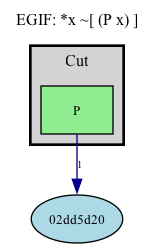
The Graphviz diagram visual_output/roberts_cut.png in mijahauan/Arisbe, before a commit. Its source is kept beside it as visual_output/roberts_cut.dot.
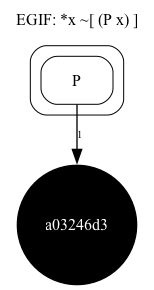
The same file after the commit.

The edit, as a diff of the source:
```diff
@@ -1,22 +1,23 @@
 digraph EG {
   rankdir=TB;
   compound=true;
-  node [fontsize=10];
+  node [fontsize=12, fontname="Times-Roman"];
+  edge [penwidth=1.00, color=black];
 
   label="EGIF: *x ~[ (P x) ]";
   labelloc="t";
   fontsize=12;
 
-  "pred_e_955c842e" [label="P", shape=box, style=filled, fillcolor=lightgreen];
-  "Vertex(id='v_02dd5d20', label=None, is_generic=True)" [label="02dd5d20", shape=ellipse, style=filled, fillcolor=lightblue];
+  "pred_e_235da39d" [label="P", shape=box, style=rounded, penwidth=0.75, fontname="Times-Roman"];
+  "Vertex(id='v_a03246d3', label=None, is_generic=True)" [label="a03246d3", shape=circle, width=0.069, height=0.069, style=filled, fillcolor=black, fontcolor=white, fontname="Times-Roman"];
   subgraph cluster_0_0 {
-    label="Cut";
-    style=filled;
-    fillcolor=lightgray;
+    label="";
+    style="rounded,filled";
+    fillcolor=white;
     color=black;
-    penwidth=2;
-    "pred_e_955c842e";
+    penwidth=0.75;
+    "pred_e_235da39d";
   }
 
-  "pred_e_955c842e" -> "Vertex(id='v_02dd5d20', label=None, is_generic=True)" [label="1", color=darkblue, fontsize=8];
+  "pred_e_235da39d" -> "Vertex(id='v_a03246d3', label=None, is_generic=True)" [label="1", color=black, penwidth=1.00, fontsize=8, fontname="Times-Roman"];
 }
```
